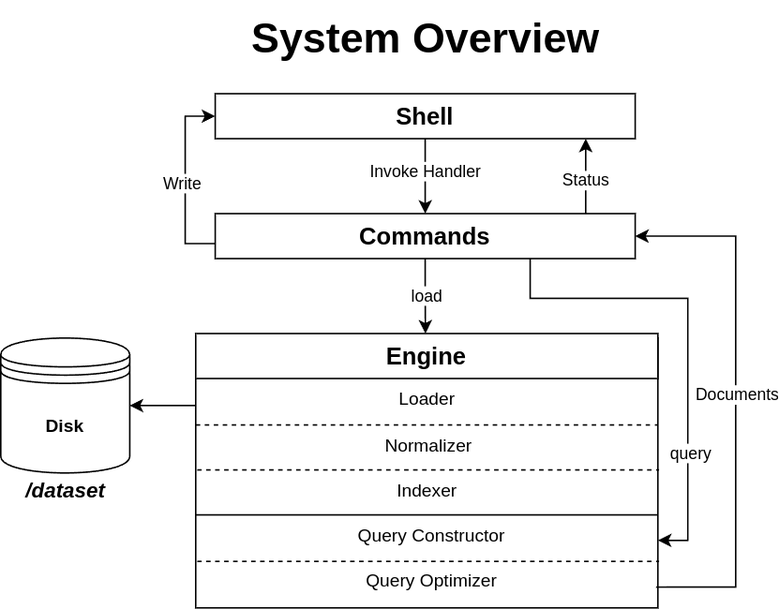
The draw.io diagram docs/BIRSystemOverview.png in CS80-Team/Goolean, before a commit. Source tidied: cells renumbered, new cells last; positions are measured from the earlier drawing's top-left corner, leaving out a move shared by most shapes. Its diagram source:
```xml
<mxGraphModel>
  <root>
    <mxCell id="0" />
    <mxCell id="1" parent="0" />
    <mxCell id="2" value="&lt;b&gt;Disk&lt;/b&gt;" style="shape=datastore;whiteSpace=wrap;html=1;" parent="1" vertex="1">
      <mxGeometry y="225" width="86" height="90" as="geometry" />
    </mxCell>
    <mxCell id="3" value="&lt;b&gt;&lt;i&gt;&lt;font style=&quot;font-size: 14px;&quot;&gt;/dataset&lt;/font&gt;&lt;/i&gt;&lt;/b&gt;" style="text;html=1;align=center;verticalAlign=middle;strokeColor=none;fillColor=none;" parent="1" vertex="1">
      <mxGeometry x="3" y="312" width="80" height="30" as="geometry" />
    </mxCell>
    <mxCell id="4" style="edgeStyle=orthogonalEdgeStyle;rounded=0;jettySize=auto;html=1;entryX=0.5;entryY=0;entryDx=0;entryDy=0;" parent="1" edge="1" source="6" target="15">
      <mxGeometry relative="1" as="geometry" />
    </mxCell>
    <mxCell id="5" value="Invoke Handler" style="edgeLabel;html=1;align=center;verticalAlign=middle;" parent="4" vertex="1">
      <mxGeometry x="-0.17" y="-1" relative="1" as="geometry" />
    </mxCell>
    <mxCell id="6" value="&lt;b&gt;&lt;font style=&quot;font-size: 16px;&quot;&gt;Shell&lt;/font&gt;&lt;/b&gt;" style="rounded=0;whiteSpace=wrap;html=1;" parent="1" vertex="1">
      <mxGeometry x="143" y="62" width="280" height="30" as="geometry" />
    </mxCell>
    <mxCell id="7" style="edgeStyle=orthogonalEdgeStyle;rounded=0;jettySize=auto;html=1;exitX=0.5;exitY=1;exitDx=0;exitDy=0;" parent="1" edge="1" source="15">
      <mxGeometry relative="1" as="geometry">
        <mxPoint x="283.1" y="222" as="targetPoint" />
      </mxGeometry>
    </mxCell>
    <mxCell id="8" value="load" style="edgeLabel;html=1;align=center;verticalAlign=middle;" parent="7" vertex="1">
      <mxGeometry x="-0.04" y="1" relative="1" as="geometry">
        <mxPoint x="-1" as="offset" />
      </mxGeometry>
    </mxCell>
    <mxCell id="9" style="edgeStyle=orthogonalEdgeStyle;rounded=0;orthogonalLoop=1;jettySize=auto;html=1;exitX=0.75;exitY=0;exitDx=0;exitDy=0;entryX=0.75;entryY=1;entryDx=0;entryDy=0;" parent="1" edge="1">
      <mxGeometry relative="1" as="geometry">
        <mxPoint x="390" y="142" as="sourcePoint" />
        <mxPoint x="390" y="92" as="targetPoint" />
      </mxGeometry>
    </mxCell>
    <mxCell id="10" value="Status" style="edgeLabel;html=1;align=center;verticalAlign=middle;" parent="9" vertex="1">
      <mxGeometry x="-0.06" y="1" relative="1" as="geometry" />
    </mxCell>
    <mxCell id="11" style="edgeStyle=orthogonalEdgeStyle;rounded=0;jettySize=auto;html=1;entryX=0;entryY=0.5;entryDx=0;entryDy=0;" parent="1" edge="1" source="15" target="6">
      <mxGeometry relative="1" as="geometry">
        <Array as="points">
          <mxPoint x="123" y="162" />
          <mxPoint x="123" y="77" />
        </Array>
      </mxGeometry>
    </mxCell>
    <mxCell id="12" value="Write" style="edgeLabel;html=1;align=center;verticalAlign=middle;" parent="11" vertex="1">
      <mxGeometry x="-0.02" y="-1" relative="1" as="geometry">
        <mxPoint x="-4" as="offset" />
      </mxGeometry>
    </mxCell>
    <mxCell id="13" style="edgeStyle=orthogonalEdgeStyle;rounded=0;jettySize=auto;html=1;exitX=0.75;exitY=1;exitDx=0;exitDy=0;entryX=1;entryY=0.75;entryDx=0;entryDy=0;" parent="1" edge="1" source="15" target="18">
      <mxGeometry relative="1" as="geometry" />
    </mxCell>
    <mxCell id="14" value="query" style="edgeLabel;html=1;align=center;verticalAlign=middle;" parent="13" vertex="1">
      <mxGeometry x="0.5" y="1" relative="1" as="geometry" />
    </mxCell>
    <mxCell id="15" value="&lt;b&gt;&lt;font style=&quot;font-size: 16px;&quot;&gt;Commands&lt;/font&gt;&lt;/b&gt;" style="rounded=0;whiteSpace=wrap;html=1;" parent="1" vertex="1">
      <mxGeometry x="143" y="142" width="280" height="30" as="geometry" />
    </mxCell>
    <mxCell id="16" style="edgeStyle=orthogonalEdgeStyle;rounded=0;jettySize=auto;html=1;exitX=0;exitY=0.25;exitDx=0;exitDy=0;" parent="1" edge="1" source="18" target="2">
      <mxGeometry relative="1" as="geometry">
        <Array as="points">
          <mxPoint x="90" y="270" />
          <mxPoint x="90" y="270" />
        </Array>
      </mxGeometry>
    </mxCell>
    <mxCell id="17" style="group;" parent="1" vertex="1">
      <mxGeometry x="130" y="222" width="310" height="183" as="geometry" />
    </mxCell>
    <mxCell id="18" style="rounded=0;whiteSpace=wrap;html=1;" parent="17" vertex="1">
      <mxGeometry y="3" width="308.1" height="180" as="geometry" />
    </mxCell>
    <mxCell id="19" value="&lt;b&gt;&lt;font style=&quot;font-size: 16px;&quot;&gt;Engine&lt;/font&gt;&lt;/b&gt;" style="rounded=0;whiteSpace=wrap;html=1;" parent="17" vertex="1">
      <mxGeometry width="308.1" height="30" as="geometry" />
    </mxCell>
    <mxCell id="20" value="Loader" style="text;html=1;align=center;verticalAlign=middle;strokeColor=none;fillColor=none;" parent="17" vertex="1">
      <mxGeometry x="124.2" y="29" width="60" height="30" as="geometry" />
    </mxCell>
    <mxCell id="21" style="endArrow=none;dashed=1;html=1;rounded=0;exitX=0;exitY=1;exitDx=0;exitDy=0;entryX=1;entryY=1;entryDx=0;entryDy=0;" parent="17" edge="1">
      <mxGeometry relative="1" as="geometry">
        <mxPoint y="61" as="sourcePoint" />
        <mxPoint x="308.1" y="61" as="targetPoint" />
      </mxGeometry>
    </mxCell>
    <mxCell id="22" style="endArrow=none;dashed=1;html=1;rounded=0;exitX=0;exitY=1;exitDx=0;exitDy=0;entryX=1;entryY=1;entryDx=0;entryDy=0;" parent="17" edge="1">
      <mxGeometry relative="1" as="geometry">
        <mxPoint x="0.9" y="91" as="sourcePoint" />
        <mxPoint x="309.1" y="91" as="targetPoint" />
      </mxGeometry>
    </mxCell>
    <mxCell id="23" value="Normalizer" style="text;html=1;align=center;verticalAlign=middle;strokeColor=none;fillColor=none;" parent="17" vertex="1">
      <mxGeometry x="114.8" y="60" width="80" height="30" as="geometry" />
    </mxCell>
    <mxCell id="24" value="Indexer" style="text;html=1;align=center;verticalAlign=middle;strokeColor=none;fillColor=none;" parent="17" vertex="1">
      <mxGeometry x="124.2" y="90" width="60" height="30" as="geometry" />
    </mxCell>
    <mxCell id="25" style="endArrow=none;dashed=1;html=1;rounded=0;exitX=0;exitY=1;exitDx=0;exitDy=0;entryX=1;entryY=1;entryDx=0;entryDy=0;" parent="17" edge="1">
      <mxGeometry relative="1" as="geometry">
        <mxPoint x="0.9" y="152" as="sourcePoint" />
        <mxPoint x="309.1" y="152" as="targetPoint" />
      </mxGeometry>
    </mxCell>
    <mxCell id="26" value="Query Constructor" style="text;html=1;align=center;verticalAlign=middle;strokeColor=none;fillColor=none;" parent="17" vertex="1">
      <mxGeometry x="97.2" y="120" width="120" height="30" as="geometry" />
    </mxCell>
    <mxCell id="27" value="Query Optimizer" style="text;html=1;align=center;verticalAlign=middle;strokeColor=none;fillColor=none;" parent="17" vertex="1">
      <mxGeometry x="101.7" y="150" width="110" height="30" as="geometry" />
    </mxCell>
    <mxCell id="28" style="endArrow=none;html=1;rounded=0;exitX=0;exitY=1;exitDx=0;exitDy=0;entryX=1;entryY=1;entryDx=0;entryDy=0;" parent="17" edge="1">
      <mxGeometry relative="1" as="geometry">
        <mxPoint y="121" as="sourcePoint" />
        <mxPoint x="308.1" y="121" as="targetPoint" />
      </mxGeometry>
    </mxCell>
    <mxCell id="29" value="&lt;b&gt;&lt;font style=&quot;font-size: 28px;&quot;&gt;System Overview&lt;/font&gt;&lt;/b&gt;" style="text;html=1;align=center;verticalAlign=middle;strokeColor=none;fillColor=none;" parent="1" vertex="1">
      <mxGeometry x="153" width="260" height="50" as="geometry" />
    </mxCell>
    <mxCell id="30" style="edgeStyle=orthogonalEdgeStyle;rounded=0;jettySize=auto;html=1;entryX=1;entryY=0.5;entryDx=0;entryDy=0;exitX=0.996;exitY=0.923;exitDx=0;exitDy=0;exitPerimeter=0;" parent="1" edge="1" source="18" target="15">
      <mxGeometry relative="1" as="geometry">
        <Array as="points">
          <mxPoint x="490" y="391" />
          <mxPoint x="490" y="157" />
        </Array>
      </mxGeometry>
    </mxCell>
    <mxCell id="31" value="Documents" style="edgeLabel;html=1;align=center;verticalAlign=middle;" parent="30" vertex="1">
      <mxGeometry x="0.03" relative="1" as="geometry" />
    </mxCell>
  </root>
</mxGraphModel>
```
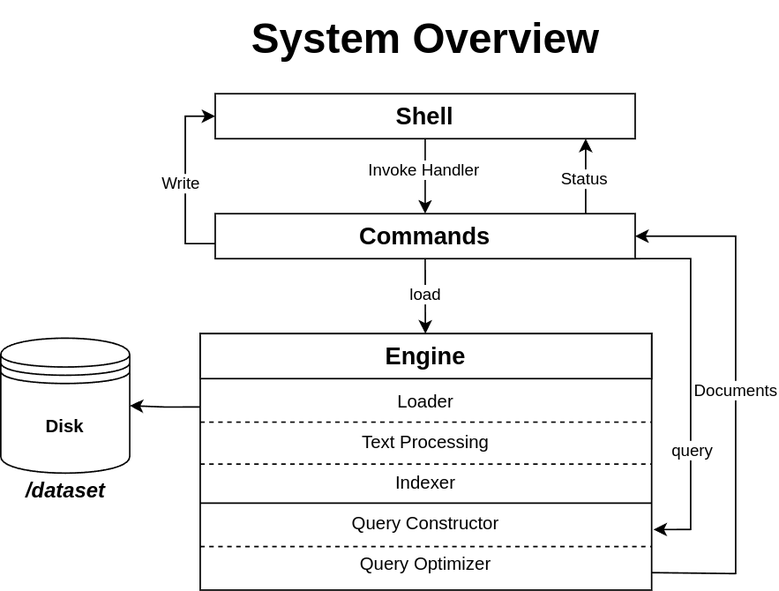
Above is the later version.

Commit message:
System overview assets

Change to the diagram source:
```diff
@@ -49,8 +49,13 @@
         <mxPoint x="-4" as="offset" />
       </mxGeometry>
     </mxCell>
-    <mxCell id="13" style="edgeStyle=orthogonalEdgeStyle;rounded=0;jettySize=auto;html=1;exitX=0.75;exitY=1;exitDx=0;exitDy=0;entryX=1;entryY=0.75;entryDx=0;entryDy=0;" parent="1" edge="1" source="15" target="18">
-      <mxGeometry relative="1" as="geometry" />
+    <mxCell id="13" style="edgeStyle=orthogonalEdgeStyle;rounded=0;jettySize=auto;html=1;exitX=0.75;exitY=1;exitDx=0;exitDy=0;entryX=1.004;entryY=0.764;entryDx=0;entryDy=0;entryPerimeter=0;" parent="1" edge="1" source="15" target="33">
+      <mxGeometry relative="1" as="geometry">
+        <Array as="points">
+          <mxPoint x="460" y="172" />
+          <mxPoint x="460" y="353" />
+        </Array>
+      </mxGeometry>
     </mxCell>
     <mxCell id="14" value="query" style="edgeLabel;html=1;align=center;verticalAlign=middle;" parent="13" vertex="1">
       <mxGeometry x="0.5" y="1" relative="1" as="geometry" />
@@ -58,69 +63,17 @@
     <mxCell id="15" value="&lt;b&gt;&lt;font style=&quot;font-size: 16px;&quot;&gt;Commands&lt;/font&gt;&lt;/b&gt;" style="rounded=0;whiteSpace=wrap;html=1;" parent="1" vertex="1">
       <mxGeometry x="143" y="142" width="280" height="30" as="geometry" />
     </mxCell>
-    <mxCell id="16" style="edgeStyle=orthogonalEdgeStyle;rounded=0;jettySize=auto;html=1;exitX=0;exitY=0.25;exitDx=0;exitDy=0;" parent="1" edge="1" source="18" target="2">
-      <mxGeometry relative="1" as="geometry">
-        <Array as="points">
-          <mxPoint x="90" y="270" />
-          <mxPoint x="90" y="270" />
-        </Array>
-      </mxGeometry>
+    <mxCell id="16" style="edgeStyle=orthogonalEdgeStyle;rounded=0;jettySize=auto;html=1;exitX=0.002;exitY=0.286;exitDx=0;exitDy=0;exitPerimeter=0;" parent="1" edge="1" source="33" target="2">
+      <mxGeometry relative="1" as="geometry" />
     </mxCell>
-    <mxCell id="17" style="group;" parent="1" vertex="1">
-      <mxGeometry x="130" y="222" width="310" height="183" as="geometry" />
-    </mxCell>
-    <mxCell id="18" style="rounded=0;whiteSpace=wrap;html=1;" parent="17" vertex="1">
-      <mxGeometry y="3" width="308.1" height="180" as="geometry" />
-    </mxCell>
-    <mxCell id="19" value="&lt;b&gt;&lt;font style=&quot;font-size: 16px;&quot;&gt;Engine&lt;/font&gt;&lt;/b&gt;" style="rounded=0;whiteSpace=wrap;html=1;" parent="17" vertex="1">
-      <mxGeometry width="308.1" height="30" as="geometry" />
-    </mxCell>
-    <mxCell id="20" value="Loader" style="text;html=1;align=center;verticalAlign=middle;strokeColor=none;fillColor=none;" parent="17" vertex="1">
-      <mxGeometry x="124.2" y="29" width="60" height="30" as="geometry" />
-    </mxCell>
-    <mxCell id="21" style="endArrow=none;dashed=1;html=1;rounded=0;exitX=0;exitY=1;exitDx=0;exitDy=0;entryX=1;entryY=1;entryDx=0;entryDy=0;" parent="17" edge="1">
-      <mxGeometry relative="1" as="geometry">
-        <mxPoint y="61" as="sourcePoint" />
-        <mxPoint x="308.1" y="61" as="targetPoint" />
-      </mxGeometry>
-    </mxCell>
-    <mxCell id="22" style="endArrow=none;dashed=1;html=1;rounded=0;exitX=0;exitY=1;exitDx=0;exitDy=0;entryX=1;entryY=1;entryDx=0;entryDy=0;" parent="17" edge="1">
-      <mxGeometry relative="1" as="geometry">
-        <mxPoint x="0.9" y="91" as="sourcePoint" />
-        <mxPoint x="309.1" y="91" as="targetPoint" />
-      </mxGeometry>
-    </mxCell>
-    <mxCell id="23" value="Normalizer" style="text;html=1;align=center;verticalAlign=middle;strokeColor=none;fillColor=none;" parent="17" vertex="1">
-      <mxGeometry x="114.8" y="60" width="80" height="30" as="geometry" />
-    </mxCell>
-    <mxCell id="24" value="Indexer" style="text;html=1;align=center;verticalAlign=middle;strokeColor=none;fillColor=none;" parent="17" vertex="1">
-      <mxGeometry x="124.2" y="90" width="60" height="30" as="geometry" />
-    </mxCell>
-    <mxCell id="25" style="endArrow=none;dashed=1;html=1;rounded=0;exitX=0;exitY=1;exitDx=0;exitDy=0;entryX=1;entryY=1;entryDx=0;entryDy=0;" parent="17" edge="1">
-      <mxGeometry relative="1" as="geometry">
-        <mxPoint x="0.9" y="152" as="sourcePoint" />
-        <mxPoint x="309.1" y="152" as="targetPoint" />
-      </mxGeometry>
-    </mxCell>
-    <mxCell id="26" value="Query Constructor" style="text;html=1;align=center;verticalAlign=middle;strokeColor=none;fillColor=none;" parent="17" vertex="1">
-      <mxGeometry x="97.2" y="120" width="120" height="30" as="geometry" />
-    </mxCell>
-    <mxCell id="27" value="Query Optimizer" style="text;html=1;align=center;verticalAlign=middle;strokeColor=none;fillColor=none;" parent="17" vertex="1">
-      <mxGeometry x="101.7" y="150" width="110" height="30" as="geometry" />
-    </mxCell>
-    <mxCell id="28" style="endArrow=none;html=1;rounded=0;exitX=0;exitY=1;exitDx=0;exitDy=0;entryX=1;entryY=1;entryDx=0;entryDy=0;" parent="17" edge="1">
-      <mxGeometry relative="1" as="geometry">
-        <mxPoint y="121" as="sourcePoint" />
-        <mxPoint x="308.1" y="121" as="targetPoint" />
-      </mxGeometry>
-    </mxCell>
     <mxCell id="29" value="&lt;b&gt;&lt;font style=&quot;font-size: 28px;&quot;&gt;System Overview&lt;/font&gt;&lt;/b&gt;" style="text;html=1;align=center;verticalAlign=middle;strokeColor=none;fillColor=none;" parent="1" vertex="1">
       <mxGeometry x="153" width="260" height="50" as="geometry" />
     </mxCell>
-    <mxCell id="30" style="edgeStyle=orthogonalEdgeStyle;rounded=0;jettySize=auto;html=1;entryX=1;entryY=0.5;entryDx=0;entryDy=0;exitX=0.996;exitY=0.923;exitDx=0;exitDy=0;exitPerimeter=0;" parent="1" edge="1" source="18" target="15">
+    <mxCell id="30" style="edgeStyle=orthogonalEdgeStyle;rounded=0;jettySize=auto;html=1;entryX=1;entryY=0.5;entryDx=0;entryDy=0;exitX=0.998;exitY=0.932;exitDx=0;exitDy=0;exitPerimeter=0;" parent="1" edge="1" source="33" target="15">
       <mxGeometry relative="1" as="geometry">
         <Array as="points">
-          <mxPoint x="490" y="391" />
+          <mxPoint x="437" y="381" />
+          <mxPoint x="490" y="382" />
           <mxPoint x="490" y="157" />
         </Array>
       </mxGeometry>
@@ -128,5 +81,56 @@
     <mxCell id="31" value="Documents" style="edgeLabel;html=1;align=center;verticalAlign=middle;" parent="30" vertex="1">
       <mxGeometry x="0.03" relative="1" as="geometry" />
     </mxCell>
+    <mxCell id="32" style="group;" parent="1" vertex="1">
+      <mxGeometry x="133" y="222" width="301" height="171" as="geometry" />
+    </mxCell>
+    <mxCell id="33" style="rounded=0;whiteSpace=wrap;html=1;" parent="32" vertex="1">
+      <mxGeometry width="301" height="171" as="geometry" />
+    </mxCell>
+    <mxCell id="19" value="&lt;b&gt;&lt;font style=&quot;font-size: 16px;&quot;&gt;Engine&lt;/font&gt;&lt;/b&gt;" style="rounded=0;whiteSpace=wrap;html=1;" parent="32" vertex="1">
+      <mxGeometry width="301" height="30" as="geometry" />
+    </mxCell>
+    <mxCell id="34" style="group;strokeColor=none;" parent="32" vertex="1">
+      <mxGeometry x="4.5" y="32" width="291" height="136" as="geometry" />
+    </mxCell>
+    <mxCell id="20" value="Loader" style="rounded=0;whiteSpace=wrap;html=1;strokeWidth=1;glass=0;strokeColor=none;align=center;" parent="34" vertex="1">
+      <mxGeometry x="1" width="291" height="27.2" as="geometry" />
+    </mxCell>
+    <mxCell id="27" value="Query Optimizer" style="rounded=0;whiteSpace=wrap;html=1;strokeWidth=1;glass=0;strokeColor=none;align=center;" parent="34" vertex="1">
+      <mxGeometry x="1" y="108.8" width="291" height="27.2" as="geometry" />
+    </mxCell>
+    <mxCell id="26" value="Query Constructor" style="rounded=0;whiteSpace=wrap;html=1;strokeWidth=1;glass=0;strokeColor=none;align=center;" parent="34" vertex="1">
+      <mxGeometry x="1" y="81.6" width="291" height="27.2" as="geometry" />
+    </mxCell>
+    <mxCell id="24" value="Indexer" style="rounded=0;whiteSpace=wrap;html=1;strokeWidth=1;glass=0;strokeColor=none;align=center;" parent="34" vertex="1">
+      <mxGeometry x="1" y="54.4" width="291" height="27.2" as="geometry" />
+    </mxCell>
+    <mxCell id="35" value="Text Processing" style="rounded=0;whiteSpace=wrap;html=1;strokeWidth=1;glass=0;strokeColor=none;align=center;" parent="34" vertex="1">
+      <mxGeometry x="1" y="27.2" width="291" height="27.2" as="geometry" />
+    </mxCell>
+    <mxCell id="36" style="endArrow=none;dashed=1;html=1;rounded=0;exitX=0;exitY=1;exitDx=0;exitDy=0;entryX=1;entryY=1;entryDx=0;entryDy=0;" parent="32" edge="1">
+      <mxGeometry relative="1" as="geometry">
+        <mxPoint y="142" as="sourcePoint" />
+        <mxPoint x="301" y="142" as="targetPoint" />
+      </mxGeometry>
+    </mxCell>
+    <mxCell id="37" style="endArrow=none;html=1;rounded=0;exitX=0;exitY=1;exitDx=0;exitDy=0;entryX=1;entryY=1;entryDx=0;entryDy=0;" parent="32" edge="1">
+      <mxGeometry relative="1" as="geometry">
+        <mxPoint y="113" as="sourcePoint" />
+        <mxPoint x="301" y="113" as="targetPoint" />
+      </mxGeometry>
+    </mxCell>
+    <mxCell id="38" style="endArrow=none;dashed=1;html=1;rounded=0;exitX=0;exitY=1;exitDx=0;exitDy=0;entryX=1;entryY=1;entryDx=0;entryDy=0;" parent="1" edge="1">
+      <mxGeometry relative="1" as="geometry">
+        <mxPoint x="133" y="309" as="sourcePoint" />
+        <mxPoint x="434" y="309" as="targetPoint" />
+      </mxGeometry>
+    </mxCell>
+    <mxCell id="39" style="endArrow=none;dashed=1;html=1;rounded=0;exitX=0;exitY=1;exitDx=0;exitDy=0;entryX=1;entryY=1;entryDx=0;entryDy=0;" parent="1" edge="1">
+      <mxGeometry relative="1" as="geometry">
+        <mxPoint x="133" y="281" as="sourcePoint" />
+        <mxPoint x="434" y="281" as="targetPoint" />
+      </mxGeometry>
+    </mxCell>
   </root>
 </mxGraphModel>
```
